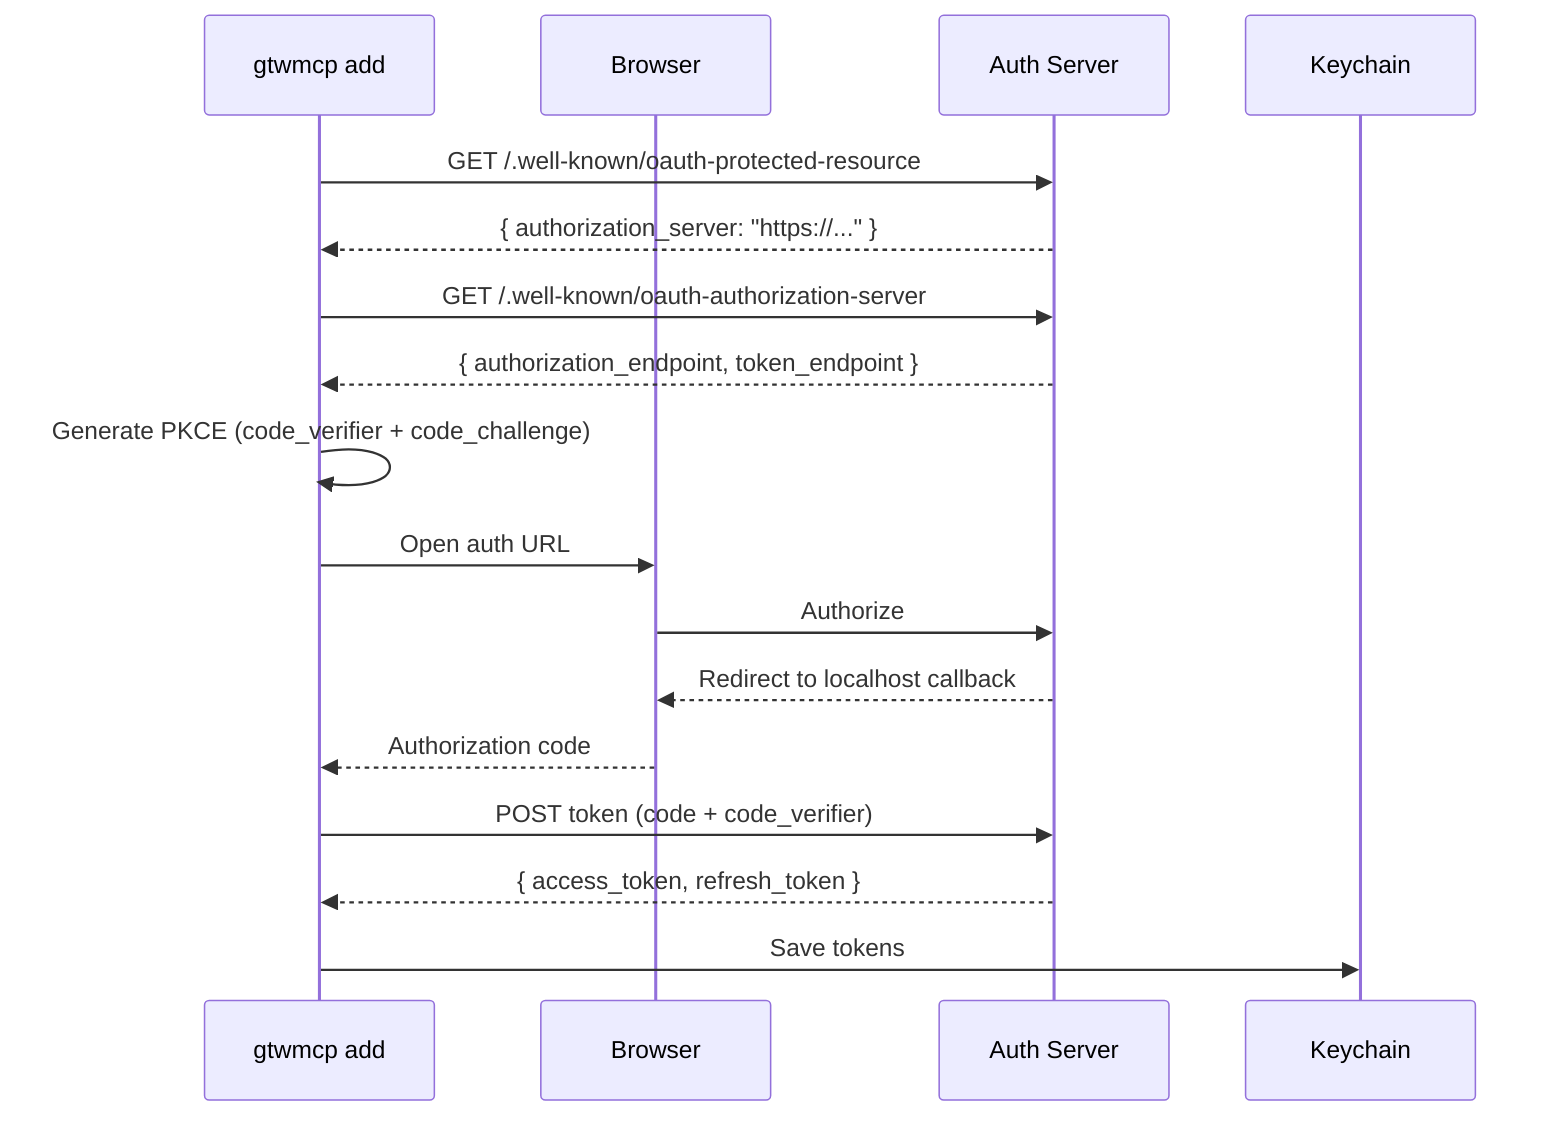
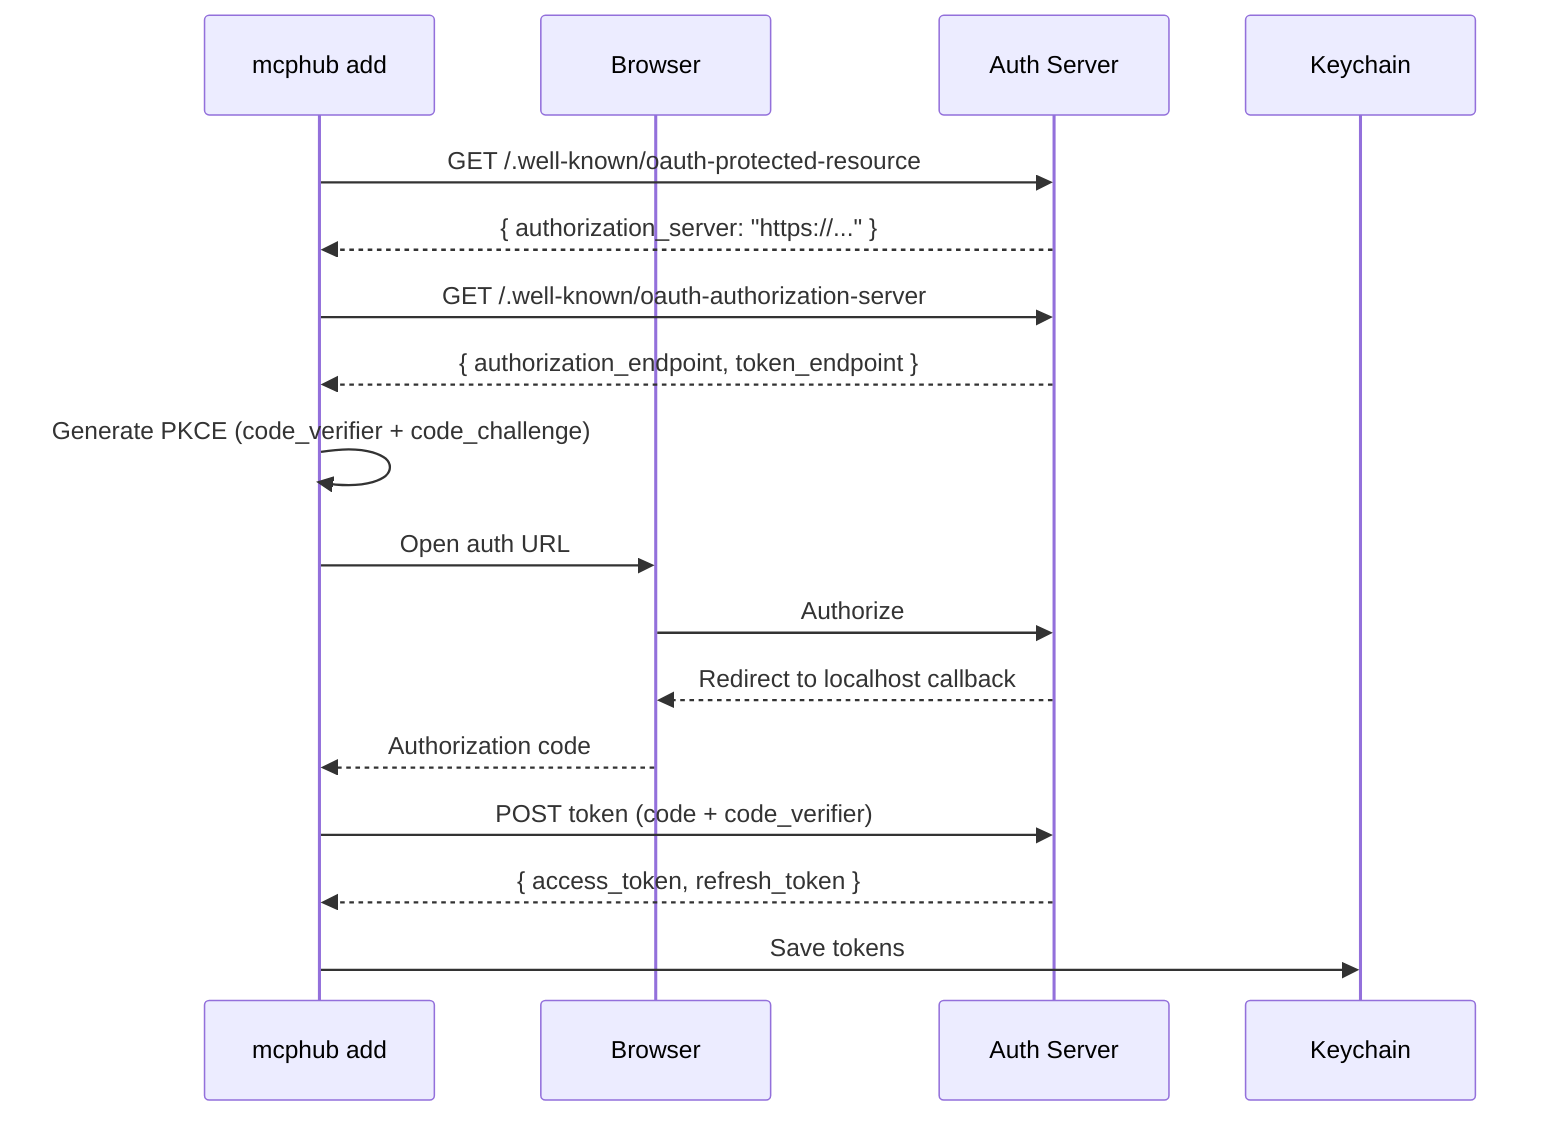
sequenceDiagram
-     participant CLI as gtwmcp add
+     participant CLI as mcphub add
    participant Browser
    participant AuthSrv as Auth Server
    participant KC as Keychain

    CLI->>AuthSrv: GET /.well-known/oauth-protected-resource
    AuthSrv-->>CLI: { authorization_server: "https://..." }
    CLI->>AuthSrv: GET /.well-known/oauth-authorization-server
    AuthSrv-->>CLI: { authorization_endpoint, token_endpoint }
    CLI->>CLI: Generate PKCE (code_verifier + code_challenge)
    CLI->>Browser: Open auth URL
    Browser->>AuthSrv: Authorize
    AuthSrv-->>Browser: Redirect to localhost callback
    Browser-->>CLI: Authorization code
    CLI->>AuthSrv: POST token (code + code_verifier)
    AuthSrv-->>CLI: { access_token, refresh_token }
    CLI->>KC: Save tokens
